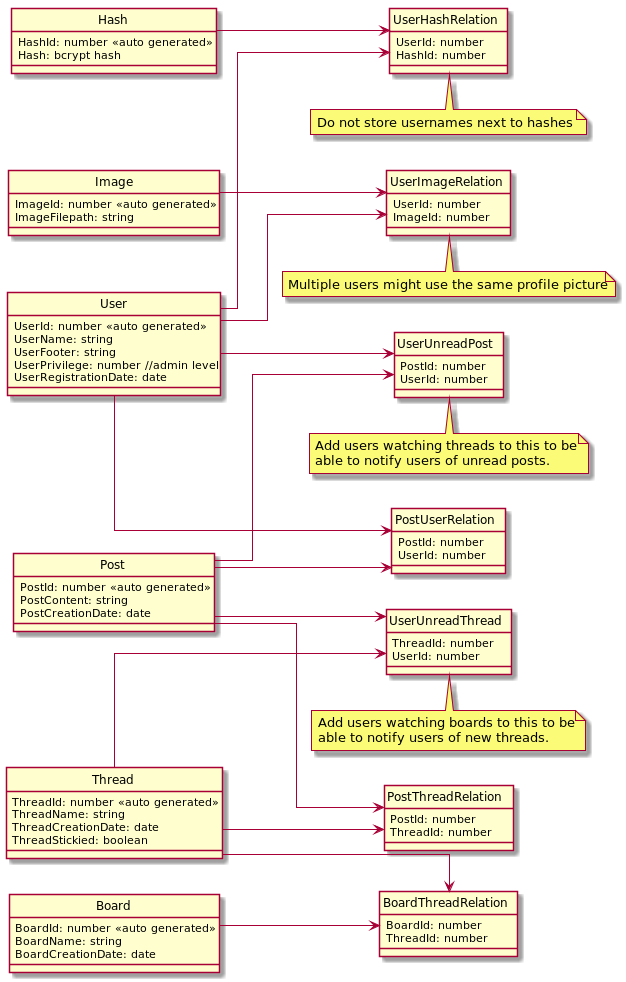
depsterr/slutprojektWSP21 keeps this PlantUML diagram as docs/misc/img/database.png. Above is the earlier version. Its diagram source:
```plantuml
@startuml

hide circle
skinparam linetype ortho
left to right direction

entity "User" as user {
	UserId: number <<auto generated>>
	UserName: string
	UserFooter: string
	UserPrivilege: number //admin level
	UserRegistrationDate: date
}

entity "Hash" as hash {
	HashId: number <<auto generated>>
	Hash: bcrypt hash
}

entity "UserHashRelation" as userhash {
	UserId: number
	HashId: number
}

note bottom : Do not store usernames next to hashes

user --> userhash
hash --> userhash

entity "Image" as image {
	ImageId: number <<auto generated>>
	ImageFilepath: string
}

entity "UserImageRelation" as userimage {
	UserId: number
	ImageId: number
}

note bottom : Multiple users might use the same profile picture

user --> userimage
image --> userimage

entity "Board" as board {
	BoardId: number <<auto generated>>
	BoardName: string
	BoardCreationDate: date
}

entity "Thread" as thread {
	ThreadId: number <<auto generated>>
	ThreadName: string
	ThreadCreationDate: date
	ThreadStickied: boolean
}

entity "Post" as post {
	PostId: number <<auto generated>>
	PostContent: string
	PostCreationDate: date
}

entity "BoardThreadRelation" as boardthread {
	BoardId: number
	ThreadId: number
}

board --> boardthread
thread --> boardthread

entity "PostThreadRelation" as postthread {
	PostId: number
	ThreadId: number
}

post --> postthread
thread --> postthread

entity "PostUserRelation" as postuser {
	PostId: number
	UserId: number
}

post --> postuser
user --> postuser

entity "UserUnreadPost" as userunreadpost {
	PostId: number
	UserId: number
}

post --> userunreadpost
user --> userunreadpost

note bottom
Add users watching threads to this to be
able to notify users of unread posts.
endnote

entity "UserUnreadThread" as userunreadthread {
	ThreadId: number
	UserId: number
}

post --> userunreadthread
thread --> userunreadthread

note bottom
Add users watching boards to this to be
able to notify users of new threads.
end note

@enduml
```
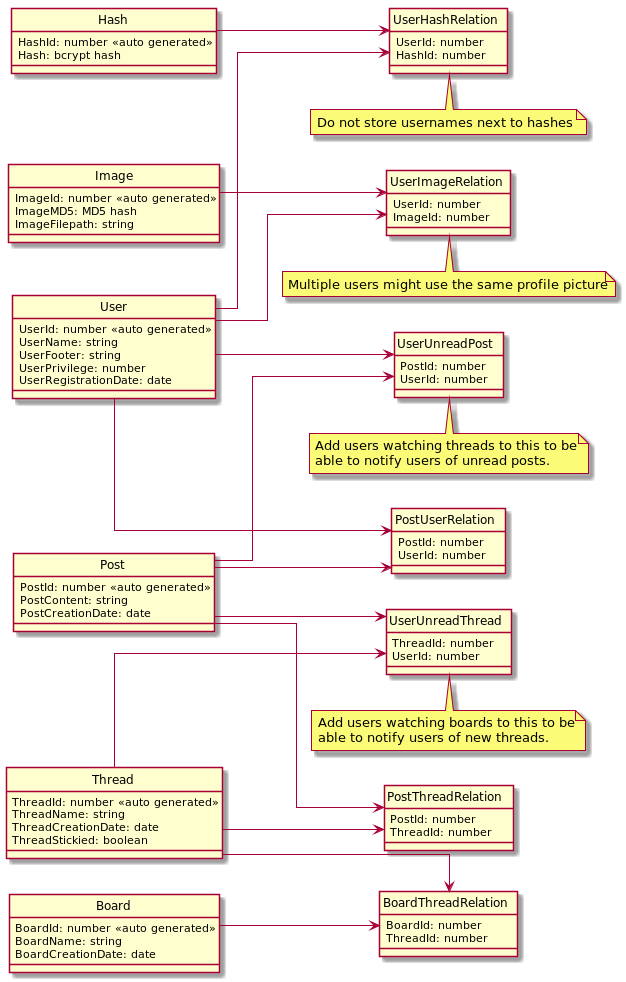
After the commit.

Change to the diagram source:
```diff
@@ -8,7 +8,7 @@
 	UserId: number <<auto generated>>
 	UserName: string
 	UserFooter: string
-	UserPrivilege: number //admin level
+	UserPrivilege: number
 	UserRegistrationDate: date
 }
 
@@ -29,6 +29,7 @@
 
 entity "Image" as image {
 	ImageId: number <<auto generated>>
+	ImageMD5: MD5 hash
 	ImageFilepath: string
 }
 
```
